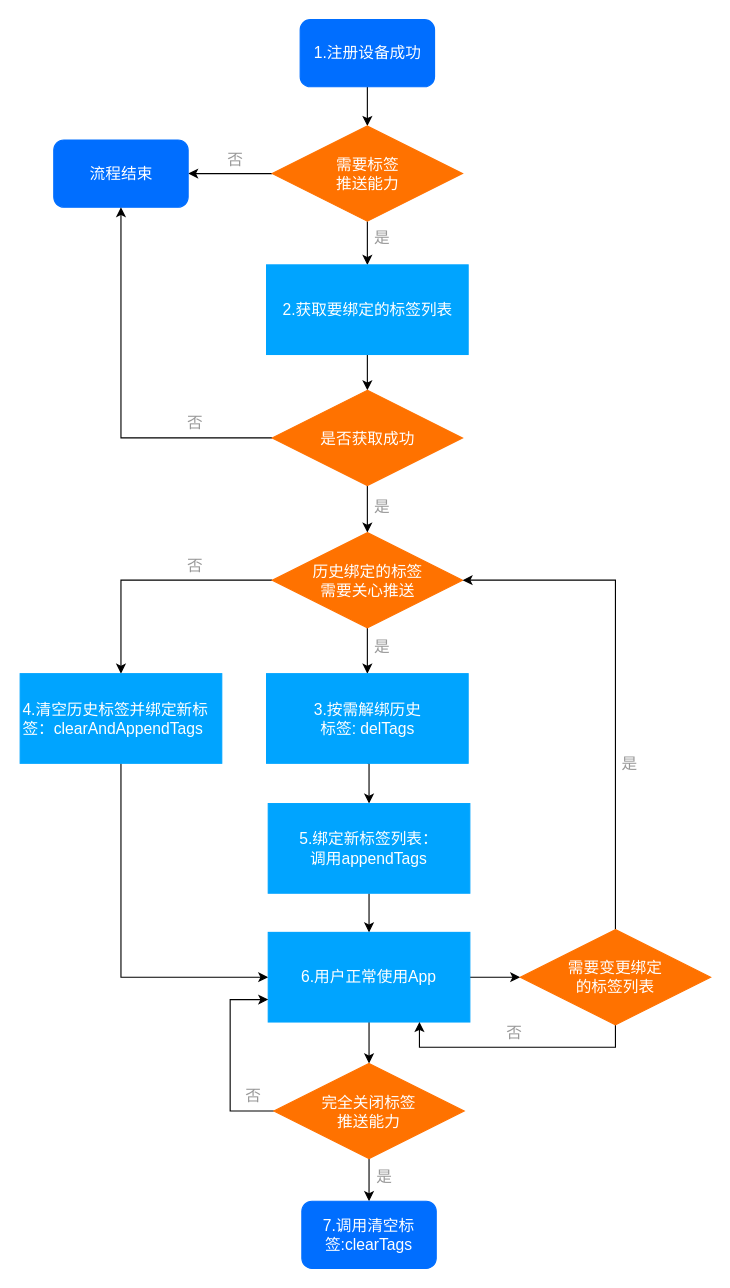
muyanbiao/tpnsFlowChart keeps this draw.io diagram as tag.drawio. Above is the earlier version. Source tidied: cells renumbered, new cells numbered last; positions are measured from the earlier drawing's top-left corner, leaving out a move shared by most shapes. Both pictures are drawn from the tidied source at 112%, with x=0, y=0 at pixel (20, 19).
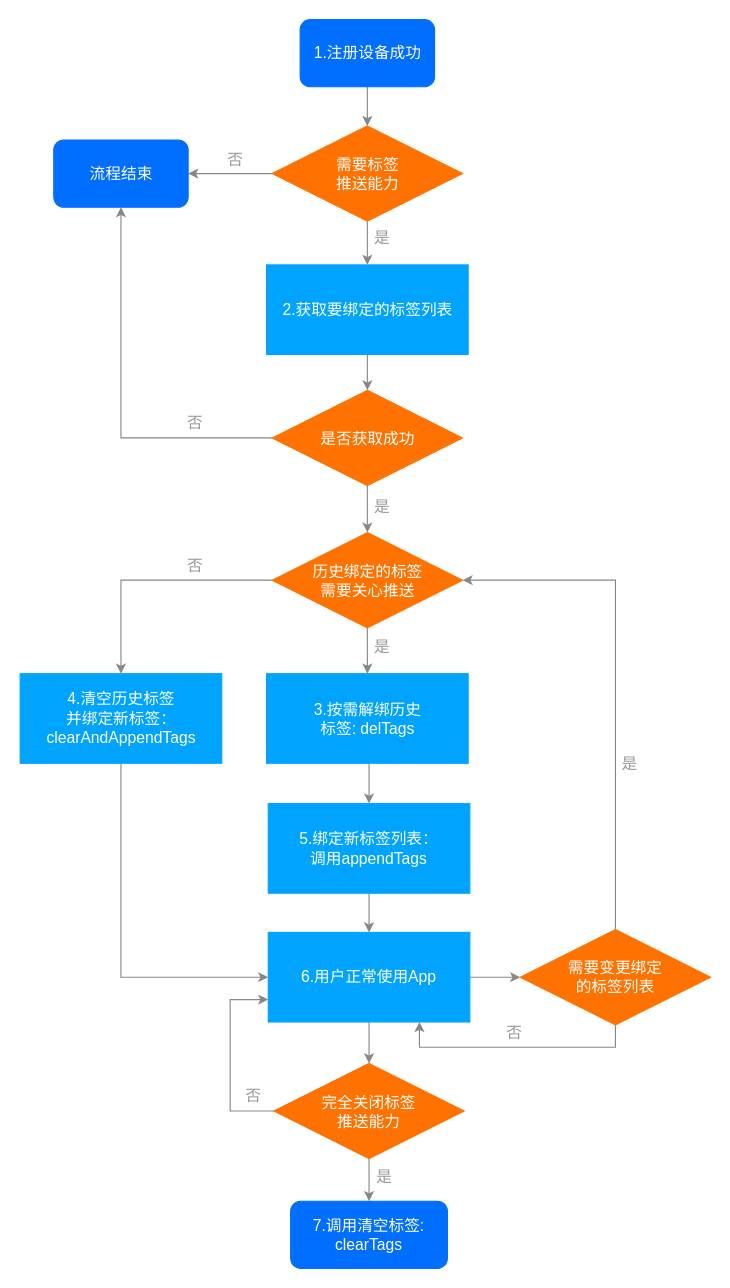
The same page after the edit.

Unchanged cells that the change refers to:
```xml
<mxCell id="3" value="&lt;font face=&quot;helvetica&quot; style=&quot;font-size: 14px;&quot;&gt;1.注册设备成功&lt;/font&gt;" style="rounded=1;whiteSpace=wrap;html=1;fillColor=#006EFF;strokeColor=#006EFF;fontSize=14;fontColor=#FFFFFF;" parent="1" vertex="1">
  <mxGeometry x="249.5" width="120" height="60" as="geometry" />
</mxCell>
<mxCell id="7" value="需要标签&lt;br&gt;推送能力" style="rhombus;whiteSpace=wrap;html=1;fillColor=#FF7200;strokeColor=#FF7200;fontColor=#FFFFFF;fontSize=14;" parent="1" vertex="1">
  <mxGeometry x="224.5" y="95" width="170" height="85" as="geometry" />
</mxCell>
<mxCell id="8" value="&lt;font face=&quot;helvetica&quot; style=&quot;font-size: 14px;&quot;&gt;流程结束&lt;br style=&quot;font-size: 14px;&quot;&gt;&lt;/font&gt;" style="rounded=1;whiteSpace=wrap;html=1;fillColor=#006EFF;strokeColor=#006EFF;fontSize=14;fontColor=#FFFFFF;" parent="1" vertex="1">
  <mxGeometry x="29.5" y="107.5" width="120" height="60" as="geometry" />
</mxCell>
<mxCell id="11" value="&lt;font face=&quot;helvetica&quot; style=&quot;font-size: 14px;&quot;&gt;2.获取要绑定的标签列表&lt;/font&gt;" style="rounded=0;whiteSpace=wrap;html=1;fontSize=14;strokeColor=#00A4FF;fillColor=#00A4FF;fontColor=#FFFFFF;" parent="1" vertex="1">
  <mxGeometry x="219.5" y="219" width="180" height="80" as="geometry" />
</mxCell>
<mxCell id="14" value="是否获取成功" style="rhombus;whiteSpace=wrap;html=1;fillColor=#FF7200;strokeColor=#FF7200;fontColor=#FFFFFF;fontSize=14;" parent="1" vertex="1">
  <mxGeometry x="224.5" y="331" width="170" height="85" as="geometry" />
</mxCell>
<mxCell id="18" value="历史绑定的标签&lt;br&gt;需要关心推送" style="rhombus;whiteSpace=wrap;html=1;fillColor=#FF7200;strokeColor=#FF7200;fontColor=#FFFFFF;fontSize=14;" parent="1" vertex="1">
  <mxGeometry x="224.5" y="458" width="170" height="85" as="geometry" />
</mxCell>
<mxCell id="21" value="&lt;font style=&quot;font-size: 14px&quot;&gt;&lt;font face=&quot;helvetica&quot; style=&quot;font-size: 14px&quot;&gt;3.按需解绑历史&lt;br&gt;标签:&amp;nbsp;&lt;/font&gt;&lt;span style=&quot;font-family: &amp;#34;helvetica&amp;#34; ; font-size: 14px&quot;&gt;delTags&lt;/span&gt;&lt;/font&gt;" style="rounded=0;whiteSpace=wrap;html=1;fontSize=14;strokeColor=#00A4FF;fillColor=#00A4FF;fontColor=#FFFFFF;" parent="1" vertex="1">
  <mxGeometry x="219.5" y="584" width="180" height="80" as="geometry" />
</mxCell>
<mxCell id="23" value="&lt;font style=&quot;font-size: 14px;&quot;&gt;&lt;font face=&quot;helvetica&quot; style=&quot;font-size: 14px;&quot;&gt;5.绑定新标签列表：&lt;br style=&quot;font-size: 14px;&quot;&gt;调用appendTag&lt;/font&gt;&lt;span style=&quot;font-family: helvetica; font-size: 14px;&quot;&gt;s&lt;/span&gt;&lt;/font&gt;" style="rounded=0;whiteSpace=wrap;html=1;fontSize=14;strokeColor=#00A4FF;fillColor=#00A4FF;fontColor=#FFFFFF;" parent="1" vertex="1">
  <mxGeometry x="221" y="700" width="180" height="80" as="geometry" />
</mxCell>
<mxCell id="30" value="&lt;font face=&quot;helvetica&quot; style=&quot;font-size: 14px;&quot;&gt;6.用户正常使用App&lt;br style=&quot;font-size: 14px;&quot;&gt;&lt;/font&gt;" style="rounded=0;whiteSpace=wrap;html=1;fontSize=14;strokeColor=#00A4FF;fillColor=#00A4FF;fontColor=#FFFFFF;" parent="1" vertex="1">
  <mxGeometry x="221" y="815" width="180" height="80" as="geometry" />
</mxCell>
<mxCell id="33" value="需要变更绑定&lt;br&gt;的标签列表" style="rhombus;whiteSpace=wrap;html=1;fillColor=#FF7200;strokeColor=#FF7200;fontColor=#FFFFFF;fontSize=14;" parent="1" vertex="1">
  <mxGeometry x="446" y="812.5" width="170" height="85" as="geometry" />
</mxCell>
<mxCell id="38" value="完全关闭标签&lt;br&gt;推送能力" style="rhombus;whiteSpace=wrap;html=1;fillColor=#FF7200;strokeColor=#FF7200;fontColor=#FFFFFF;fontSize=14;" parent="1" vertex="1">
  <mxGeometry x="226" y="932" width="170" height="85" as="geometry" />
</mxCell>
```

The edit, as a diff of the source:
```diff
@@
-    <mxCell id="2" style="edgeStyle=orthogonalEdgeStyle;rounded=0;jettySize=auto;html=1;entryX=0.5;entryY=0;entryDx=0;entryDy=0;fontSize=14;fontColor=#FFFFFF;" parent="1" edge="1" source="3" target="7">
+    <mxCell id="2" style="edgeStyle=orthogonalEdgeStyle;rounded=0;jettySize=auto;html=1;entryX=0.5;entryY=0;entryDx=0;entryDy=0;fontSize=14;fontColor=#FFFFFF;strokeColor=#878787;" parent="1" edge="1" source="3" target="7">
       <mxGeometry relative="1" as="geometry" />
     </mxCell>
@@
-    <mxCell id="5" style="edgeStyle=orthogonalEdgeStyle;rounded=0;jettySize=auto;html=1;exitX=0;exitY=0.5;exitDx=0;exitDy=0;entryX=1;entryY=0.5;entryDx=0;entryDy=0;fontSize=14;" parent="1" edge="1" source="7" target="8">
+    <mxCell id="5" style="edgeStyle=orthogonalEdgeStyle;rounded=0;jettySize=auto;html=1;exitX=0;exitY=0.5;exitDx=0;exitDy=0;entryX=1;entryY=0.5;entryDx=0;entryDy=0;fontSize=14;strokeColor=#878787;" parent="1" edge="1" source="7" target="8">
       <mxGeometry relative="1" as="geometry" />
     </mxCell>
-    <mxCell id="6" style="edgeStyle=orthogonalEdgeStyle;rounded=0;jettySize=auto;html=1;fontSize=14;fontColor=#FFFFFF;" parent="1" edge="1" source="7" target="11">
+    <mxCell id="6" style="edgeStyle=orthogonalEdgeStyle;rounded=0;jettySize=auto;html=1;fontSize=14;fontColor=#FFFFFF;strokeColor=#878787;" parent="1" edge="1" source="7" target="11">
       <mxGeometry relative="1" as="geometry" />
     </mxCell>
@@
-    <mxCell id="10" style="edgeStyle=orthogonalEdgeStyle;rounded=0;jettySize=auto;html=1;exitX=0.5;exitY=1;exitDx=0;exitDy=0;entryX=0.5;entryY=0;entryDx=0;entryDy=0;fontSize=14;" parent="1" edge="1" source="11" target="14">
+    <mxCell id="10" style="edgeStyle=orthogonalEdgeStyle;rounded=0;jettySize=auto;html=1;exitX=0.5;exitY=1;exitDx=0;exitDy=0;entryX=0.5;entryY=0;entryDx=0;entryDy=0;fontSize=14;strokeColor=#878787;" parent="1" edge="1" source="11" target="14">
       <mxGeometry relative="1" as="geometry" />
     </mxCell>
@@
-    <mxCell id="12" style="edgeStyle=orthogonalEdgeStyle;rounded=0;jettySize=auto;html=1;exitX=0;exitY=0.5;exitDx=0;exitDy=0;entryX=0.5;entryY=1;entryDx=0;entryDy=0;fontSize=14;" parent="1" edge="1" source="14" target="8">
+    <mxCell id="12" style="edgeStyle=orthogonalEdgeStyle;rounded=0;jettySize=auto;html=1;exitX=0;exitY=0.5;exitDx=0;exitDy=0;entryX=0.5;entryY=1;entryDx=0;entryDy=0;fontSize=14;strokeColor=#878787;" parent="1" edge="1" source="14" target="8">
       <mxGeometry relative="1" as="geometry" />
     </mxCell>
-    <mxCell id="13" style="edgeStyle=orthogonalEdgeStyle;rounded=0;jettySize=auto;html=1;fontSize=14;fontColor=#FFFFFF;" parent="1" edge="1" source="14" target="18">
+    <mxCell id="13" style="edgeStyle=orthogonalEdgeStyle;rounded=0;jettySize=auto;html=1;fontSize=14;fontColor=#FFFFFF;strokeColor=#878787;" parent="1" edge="1" source="14" target="18">
       <mxGeometry relative="1" as="geometry" />
     </mxCell>
@@
-    <mxCell id="16" style="edgeStyle=orthogonalEdgeStyle;rounded=0;jettySize=auto;html=1;exitX=0;exitY=0.5;exitDx=0;exitDy=0;entryX=0.5;entryY=0;entryDx=0;entryDy=0;fontSize=14;" parent="1" edge="1" source="18" target="26">
+    <mxCell id="16" style="edgeStyle=orthogonalEdgeStyle;rounded=0;jettySize=auto;html=1;exitX=0;exitY=0.5;exitDx=0;exitDy=0;entryX=0.5;entryY=0;entryDx=0;entryDy=0;fontSize=14;strokeColor=#878787;" parent="1" edge="1" source="18" target="26">
       <mxGeometry relative="1" as="geometry" />
     </mxCell>
-    <mxCell id="17" style="edgeStyle=orthogonalEdgeStyle;rounded=0;jettySize=auto;html=1;fontSize=14;fontColor=#FFFFFF;" parent="1" edge="1" source="18" target="21">
+    <mxCell id="17" style="edgeStyle=orthogonalEdgeStyle;rounded=0;jettySize=auto;html=1;fontSize=14;fontColor=#FFFFFF;strokeColor=#878787;" parent="1" edge="1" source="18" target="21">
       <mxGeometry relative="1" as="geometry" />
     </mxCell>
@@
-    <mxCell id="20" style="edgeStyle=orthogonalEdgeStyle;rounded=0;jettySize=auto;html=1;exitX=0.5;exitY=1;exitDx=0;exitDy=0;entryX=0.5;entryY=0;entryDx=0;entryDy=0;fontSize=14;" parent="1" edge="1" source="21" target="23">
+    <mxCell id="20" style="edgeStyle=orthogonalEdgeStyle;rounded=0;jettySize=auto;html=1;exitX=0.5;exitY=1;exitDx=0;exitDy=0;entryX=0.5;entryY=0;entryDx=0;entryDy=0;fontSize=14;strokeColor=#878787;" parent="1" edge="1" source="21" target="23">
       <mxGeometry relative="1" as="geometry" />
     </mxCell>
@@
-    <mxCell id="22" style="edgeStyle=orthogonalEdgeStyle;rounded=0;jettySize=auto;html=1;fontSize=14;fontColor=#999999;" parent="1" edge="1" source="23" target="30">
+    <mxCell id="22" style="edgeStyle=orthogonalEdgeStyle;rounded=0;jettySize=auto;html=1;fontSize=14;fontColor=#999999;strokeColor=#878787;" parent="1" edge="1" source="23" target="30">
       <mxGeometry relative="1" as="geometry" />
     </mxCell>
@@
-    <mxCell id="25" style="edgeStyle=orthogonalEdgeStyle;rounded=0;jettySize=auto;html=1;exitX=0.5;exitY=1;exitDx=0;exitDy=0;entryX=0;entryY=0.5;entryDx=0;entryDy=0;fontSize=14;" parent="1" edge="1" source="26" target="30">
+    <mxCell id="25" style="edgeStyle=orthogonalEdgeStyle;rounded=0;jettySize=auto;html=1;exitX=0.5;exitY=1;exitDx=0;exitDy=0;entryX=0;entryY=0.5;entryDx=0;entryDy=0;fontSize=14;strokeColor=#878787;" parent="1" edge="1" source="26" target="30">
       <mxGeometry relative="1" as="geometry" />
     </mxCell>
-    <mxCell id="26" value="&lt;font face=&quot;helvetica&quot; style=&quot;font-size: 14px;&quot;&gt;4.清空历史标签并绑定新标签：clearAndAppendTags&lt;/font&gt;" style="rounded=0;whiteSpace=wrap;html=1;align=left;fontSize=14;strokeColor=#00A4FF;fillColor=#00A4FF;fontColor=#FFFFFF;" parent="1" vertex="1">
+    <mxCell id="26" value="&lt;font face=&quot;helvetica&quot; style=&quot;font-size: 14px&quot;&gt;4.清空历史标签&lt;br&gt;并绑定新标签：&lt;br&gt;clearAndAppendTags&lt;/font&gt;" style="rounded=0;whiteSpace=wrap;html=1;align=center;fontSize=14;strokeColor=#00A4FF;fillColor=#00A4FF;fontColor=#FFFFFF;" parent="1" vertex="1">
       <mxGeometry x="-0.5" y="584" width="180" height="80" as="geometry" />
     </mxCell>
@@
-    <mxCell id="28" style="edgeStyle=orthogonalEdgeStyle;rounded=0;jettySize=auto;html=1;exitX=1;exitY=0.5;exitDx=0;exitDy=0;entryX=0;entryY=0.5;entryDx=0;entryDy=0;fontSize=14;" parent="1" edge="1" source="30" target="33">
+    <mxCell id="28" style="edgeStyle=orthogonalEdgeStyle;rounded=0;jettySize=auto;html=1;exitX=1;exitY=0.5;exitDx=0;exitDy=0;entryX=0;entryY=0.5;entryDx=0;entryDy=0;fontSize=14;strokeColor=#878787;" parent="1" edge="1" source="30" target="33">
       <mxGeometry relative="1" as="geometry" />
     </mxCell>
-    <mxCell id="29" style="edgeStyle=orthogonalEdgeStyle;rounded=0;jettySize=auto;html=1;exitX=0.5;exitY=1;exitDx=0;exitDy=0;entryX=0.5;entryY=0;entryDx=0;entryDy=0;fontSize=14;" parent="1" edge="1" source="30" target="38">
+    <mxCell id="29" style="edgeStyle=orthogonalEdgeStyle;rounded=0;jettySize=auto;html=1;exitX=0.5;exitY=1;exitDx=0;exitDy=0;entryX=0.5;entryY=0;entryDx=0;entryDy=0;fontSize=14;strokeColor=#878787;" parent="1" edge="1" source="30" target="38">
       <mxGeometry relative="1" as="geometry" />
     </mxCell>
@@
-    <mxCell id="31" style="edgeStyle=orthogonalEdgeStyle;rounded=0;jettySize=auto;html=1;exitX=0.5;exitY=0;exitDx=0;exitDy=0;entryX=1;entryY=0.5;entryDx=0;entryDy=0;fontSize=14;" parent="1" edge="1" source="33" target="18">
+    <mxCell id="31" style="edgeStyle=orthogonalEdgeStyle;rounded=0;jettySize=auto;html=1;exitX=0.5;exitY=0;exitDx=0;exitDy=0;entryX=1;entryY=0.5;entryDx=0;entryDy=0;fontSize=14;strokeColor=#878787;" parent="1" edge="1" source="33" target="18">
       <mxGeometry relative="1" as="geometry" />
     </mxCell>
-    <mxCell id="32" style="edgeStyle=orthogonalEdgeStyle;rounded=0;jettySize=auto;html=1;exitX=0.5;exitY=1;exitDx=0;exitDy=0;entryX=0.75;entryY=1;entryDx=0;entryDy=0;fontSize=14;" parent="1" edge="1" source="33" target="30">
+    <mxCell id="32" style="edgeStyle=orthogonalEdgeStyle;rounded=0;jettySize=auto;html=1;exitX=0.5;exitY=1;exitDx=0;exitDy=0;entryX=0.75;entryY=1;entryDx=0;entryDy=0;fontSize=14;strokeColor=#878787;" parent="1" edge="1" source="33" target="30">
       <mxGeometry relative="1" as="geometry" />
     </mxCell>
@@
-    <mxCell id="36" style="edgeStyle=orthogonalEdgeStyle;rounded=0;jettySize=auto;html=1;exitX=0.5;exitY=1;exitDx=0;exitDy=0;entryX=0.5;entryY=0;entryDx=0;entryDy=0;fontSize=14;" parent="1" edge="1" source="38" target="39">
+    <mxCell id="36" style="edgeStyle=orthogonalEdgeStyle;rounded=0;jettySize=auto;html=1;exitX=0.5;exitY=1;exitDx=0;exitDy=0;entryX=0.5;entryY=0;entryDx=0;entryDy=0;fontSize=14;strokeColor=#878787;" parent="1" edge="1" source="38" target="39">
       <mxGeometry relative="1" as="geometry" />
     </mxCell>
-    <mxCell id="37" style="edgeStyle=orthogonalEdgeStyle;rounded=0;jettySize=auto;html=1;entryX=0;entryY=0.75;entryDx=0;entryDy=0;fontSize=14;fontColor=#999999;" parent="1" edge="1" source="38" target="30">
+    <mxCell id="37" style="edgeStyle=orthogonalEdgeStyle;rounded=0;jettySize=auto;html=1;entryX=0;entryY=0.75;entryDx=0;entryDy=0;fontSize=14;fontColor=#999999;strokeColor=#878787;" parent="1" edge="1" source="38" target="30">
       <mxGeometry relative="1" as="geometry">
         <Array as="points">
           <mxPoint x="187" y="975" />
           <mxPoint x="187" y="875" />
         </Array>
       </mxGeometry>
     </mxCell>
@@
-    <mxCell id="39" value="&lt;font face=&quot;helvetica&quot; style=&quot;font-size: 14px;&quot;&gt;&lt;font style=&quot;font-size: 14px;&quot;&gt;7.调用清空标签:clearTags&lt;/font&gt;&lt;br style=&quot;font-size: 14px;&quot;&gt;&lt;/font&gt;" style="rounded=1;whiteSpace=wrap;html=1;fillColor=#006EFF;strokeColor=#006EFF;fontSize=14;fontColor=#FFFFFF;" parent="1" vertex="1">
-      <mxGeometry x="251" y="1055" width="120" height="60" as="geometry" />
+    <mxCell id="39" value="&lt;font face=&quot;helvetica&quot; style=&quot;font-size: 14px&quot;&gt;&lt;font style=&quot;font-size: 14px&quot;&gt;7.调用清空标签:&lt;br&gt;clearTags&lt;/font&gt;&lt;br style=&quot;font-size: 14px&quot;&gt;&lt;/font&gt;" style="rounded=1;whiteSpace=wrap;html=1;fillColor=#006EFF;strokeColor=#006EFF;fontSize=14;fontColor=#FFFFFF;" parent="1" vertex="1">
+      <mxGeometry x="241" y="1055" width="140" height="60" as="geometry" />
     </mxCell>
```
